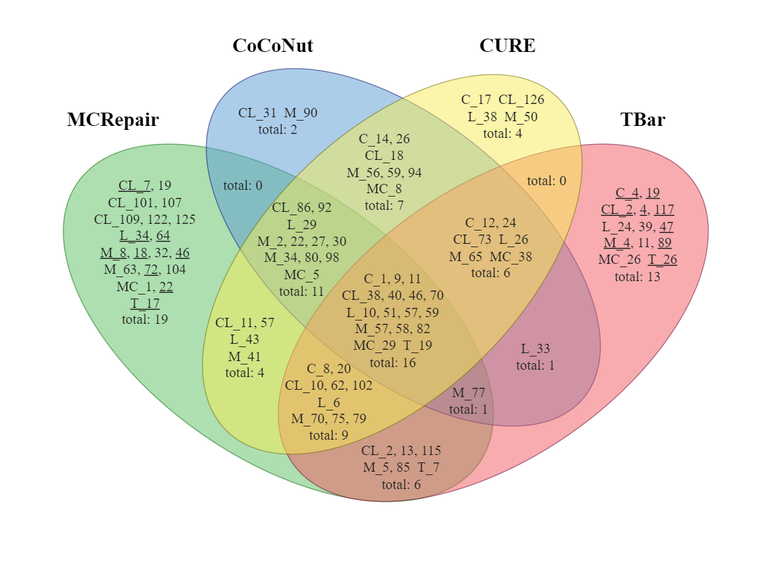
Before: figures/Figure4.png, a diagram exported from draw.io (kimjisung78/MCRepair). Source tidied: cells renumbered, new cells last; positions are measured from the earlier drawing's top-left corner, leaving out a move shared by most shapes. Source of this version:
```xml
<mxGraphModel background="#ffffff" math="1">
  <root>
    <mxCell id="0" />
    <mxCell id="1" parent="0" />
    <mxCell id="2" style="whiteSpace=wrap;html=1;rounded=1;shadow=0;glass=0;labelBackgroundColor=none;strokeColor=#006600;strokeWidth=1;fillColor=#5CC062;fontFamily=Helvetica;fontSize=16;align=left;opacity=50;spacing=15;fillStyle=auto;perimeter=rectanglePerimeter;verticalAlign=top;ellipse;rotation=35;" parent="1" vertex="1">
      <mxGeometry y="158.5" width="490" height="270" as="geometry" />
    </mxCell>
    <mxCell id="3" style="whiteSpace=wrap;html=1;rounded=1;shadow=0;glass=0;labelBackgroundColor=none;strokeColor=#000066;strokeWidth=1;fillColor=#5A9BD4;fontFamily=Helvetica;fontSize=16;align=left;opacity=50;spacing=15;fillStyle=auto;perimeter=rectanglePerimeter;fontColor=#ffffff;verticalAlign=top;ellipse;rotation=40;" parent="1" vertex="1">
      <mxGeometry x="135" y="93" width="470" height="250" as="geometry" />
    </mxCell>
    <mxCell id="4" style="whiteSpace=wrap;html=1;rounded=1;shadow=0;glass=0;labelBackgroundColor=none;strokeColor=#660033;strokeWidth=1;fillColor=#F15A60;fontFamily=Helvetica;fontSize=16;align=left;opacity=50;spacing=15;fillStyle=auto;perimeter=rectanglePerimeter;fontColor=#ffffff;verticalAlign=top;ellipse;rotation=-35;" parent="1" vertex="1">
      <mxGeometry x="215" y="158.5" width="490" height="270" as="geometry" />
    </mxCell>
    <mxCell id="5" style="whiteSpace=wrap;html=1;rounded=1;shadow=0;glass=0;labelBackgroundColor=none;strokeColor=#666600;strokeWidth=1;fillColor=#F6EC56;fontFamily=Helvetica;fontSize=16;align=left;opacity=50;spacing=15;fillStyle=auto;perimeter=rectanglePerimeter;fontColor=#ffffff;verticalAlign=top;ellipse;rotation=45;direction=south;" parent="1" vertex="1">
      <mxGeometry x="229" width="260" height="470" as="geometry" />
    </mxCell>
    <mxCell id="6" value="&lt;font face=&quot;Times New Roman&quot; style=&quot;font-size: 20px;&quot;&gt;&lt;b style=&quot;font-size: 20px;&quot;&gt;MCRepair&lt;/b&gt;&lt;/font&gt;" style="text;html=1;strokeColor=none;fillColor=none;align=center;verticalAlign=middle;whiteSpace=wrap;rounded=0;fontSize=20;" parent="1" vertex="1">
      <mxGeometry x="30" y="73.5" width="100" height="30" as="geometry" />
    </mxCell>
    <mxCell id="7" value="&lt;font face=&quot;Times New Roman&quot; style=&quot;font-size: 20px;&quot;&gt;&lt;b style=&quot;font-size: 20px;&quot;&gt;CoCoNut&lt;/b&gt;&lt;/font&gt;" style="text;html=1;strokeColor=none;fillColor=none;align=center;verticalAlign=middle;whiteSpace=wrap;rounded=0;fontSize=20;" parent="1" vertex="1">
      <mxGeometry x="190" width="100" height="30" as="geometry" />
    </mxCell>
    <mxCell id="8" value="&lt;font face=&quot;Times New Roman&quot; style=&quot;font-size: 20px;&quot;&gt;&lt;b style=&quot;font-size: 20px;&quot;&gt;CURE&lt;/b&gt;&lt;/font&gt;" style="text;html=1;strokeColor=none;fillColor=none;align=center;verticalAlign=middle;whiteSpace=wrap;rounded=0;fontSize=20;" parent="1" vertex="1">
      <mxGeometry x="424.5" width="100" height="30" as="geometry" />
    </mxCell>
    <mxCell id="9" value="&lt;font face=&quot;Times New Roman&quot; style=&quot;font-size: 20px;&quot;&gt;&lt;b style=&quot;font-size: 20px;&quot;&gt;TBar&lt;/b&gt;&lt;/font&gt;" style="text;html=1;strokeColor=none;fillColor=none;align=center;verticalAlign=middle;whiteSpace=wrap;rounded=0;fontSize=20;" parent="1" vertex="1">
      <mxGeometry x="560" y="73.5" width="100" height="30" as="geometry" />
    </mxCell>
    <mxCell id="10" value="&lt;div style=&quot;&quot;&gt;&lt;span style=&quot;color: rgb(33, 33, 33); background-color: initial;&quot;&gt;&lt;u&gt;C_4&lt;/u&gt;, &lt;u&gt;19&lt;/u&gt;&lt;/span&gt;&lt;/div&gt;&lt;span style=&quot;color: rgb(33, 33, 33); font-size: 14px; font-style: normal; font-variant-ligatures: normal; font-variant-caps: normal; font-weight: 400; letter-spacing: normal; orphans: 2; text-indent: 0px; text-transform: none; widows: 2; word-spacing: 0px; -webkit-text-stroke-width: 0px; text-decoration-thickness: initial; text-decoration-style: initial; text-decoration-color: initial; float: none; display: inline !important;&quot;&gt;&lt;div style=&quot;&quot;&gt;&lt;span style=&quot;background-color: initial;&quot;&gt;&lt;u&gt;CL_2&lt;/u&gt;, &lt;u&gt;4&lt;/u&gt;, &lt;u&gt;117&lt;/u&gt;&lt;/span&gt;&lt;/div&gt;&lt;div style=&quot;&quot;&gt;&lt;span style=&quot;background-color: initial;&quot;&gt;L_24, 39, &lt;u&gt;47&lt;/u&gt;&lt;/span&gt;&lt;/div&gt;&lt;div style=&quot;&quot;&gt;&lt;span style=&quot;background-color: initial;&quot;&gt;&lt;u&gt;M_4&lt;/u&gt;, 11, &lt;u&gt;89&lt;/u&gt;&lt;/span&gt;&lt;/div&gt;&lt;div style=&quot;&quot;&gt;&lt;span style=&quot;background-color: initial;&quot;&gt;MC_26&amp;nbsp; &lt;u&gt;T_26&lt;/u&gt;&lt;/span&gt;&lt;/div&gt;&lt;div style=&quot;&quot;&gt;&lt;span style=&quot;background-color: initial;&quot;&gt;total: 13&lt;/span&gt;&lt;/div&gt;&lt;/span&gt;" style="text;whiteSpace=wrap;html=1;fontSize=14;fontFamily=Times New Roman;fontColor=none;align=center;" parent="1" vertex="1">
      <mxGeometry x="560" y="149" width="90" height="110" as="geometry" />
    </mxCell>
    <mxCell id="11" value="&lt;div style=&quot;&quot;&gt;&lt;span style=&quot;color: rgb(33, 33, 33); background-color: initial;&quot;&gt;C_17&amp;nbsp; CL_126&lt;/span&gt;&lt;/div&gt;&lt;span style=&quot;color: rgb(33, 33, 33); font-size: 14px; font-style: normal; font-variant-ligatures: normal; font-variant-caps: normal; font-weight: 400; letter-spacing: normal; orphans: 2; text-indent: 0px; text-transform: none; widows: 2; word-spacing: 0px; -webkit-text-stroke-width: 0px; text-decoration-thickness: initial; text-decoration-style: initial; text-decoration-color: initial; float: none; display: inline !important;&quot;&gt;&lt;div style=&quot;&quot;&gt;&lt;span style=&quot;background-color: initial;&quot;&gt;L_38&amp;nbsp; M_50&lt;/span&gt;&lt;/div&gt;&lt;div style=&quot;&quot;&gt;&lt;span style=&quot;background-color: initial;&quot;&gt;total: 4&lt;/span&gt;&lt;/div&gt;&lt;/span&gt;" style="text;whiteSpace=wrap;html=1;fontSize=14;fontFamily=Times New Roman;fontColor=none;align=center;" parent="1" vertex="1">
      <mxGeometry x="420" y="56" width="100" height="60" as="geometry" />
    </mxCell>
    <mxCell id="12" value="&lt;div style=&quot;&quot;&gt;&lt;span style=&quot;background-color: initial; color: rgb(33, 33, 33);&quot;&gt;total: 0&lt;/span&gt;&lt;br&gt;&lt;/div&gt;" style="text;whiteSpace=wrap;html=1;fontSize=14;fontFamily=Times New Roman;fontColor=none;align=center;" parent="1" vertex="1">
      <mxGeometry x="485.5" y="136.5" width="57.7" height="26.5" as="geometry" />
    </mxCell>
    <mxCell id="13" value="&lt;span style=&quot;color: rgb(33, 33, 33); font-size: 14px; font-style: normal; font-variant-ligatures: normal; font-variant-caps: normal; font-weight: 400; letter-spacing: normal; orphans: 2; text-indent: 0px; text-transform: none; widows: 2; word-spacing: 0px; -webkit-text-stroke-width: 0px; text-decoration-thickness: initial; text-decoration-style: initial; text-decoration-color: initial; float: none; display: inline !important;&quot;&gt;CL_31&amp;nbsp; M_90&lt;br&gt;total: 2&lt;br&gt;&lt;/span&gt;" style="text;whiteSpace=wrap;html=1;fontSize=14;fontFamily=Times New Roman;fontColor=none;align=center;" parent="1" vertex="1">
      <mxGeometry x="195" y="68.5" width="100" height="40" as="geometry" />
    </mxCell>
    <mxCell id="14" value="&lt;div style=&quot;&quot;&gt;&lt;span style=&quot;color: rgb(33, 33, 33);&quot;&gt;L_33&lt;/span&gt;&lt;/div&gt;&lt;span style=&quot;color: rgb(33, 33, 33); font-size: 14px; font-style: normal; font-variant-ligatures: normal; font-variant-caps: normal; font-weight: 400; letter-spacing: normal; orphans: 2; text-indent: 0px; text-transform: none; widows: 2; word-spacing: 0px; -webkit-text-stroke-width: 0px; text-decoration-thickness: initial; text-decoration-style: initial; text-decoration-color: initial; float: none; display: inline !important;&quot;&gt;&lt;div style=&quot;&quot;&gt;total: 1&lt;/div&gt;&lt;/span&gt;" style="text;whiteSpace=wrap;html=1;fontSize=14;fontFamily=Times New Roman;fontColor=none;align=center;" parent="1" vertex="1">
      <mxGeometry x="473" y="304.5" width="60" height="40" as="geometry" />
    </mxCell>
    <mxCell id="15" value="&lt;span style=&quot;color: rgb(33, 33, 33); font-size: 14px; font-style: normal; font-variant-ligatures: normal; font-variant-caps: normal; font-weight: 400; letter-spacing: normal; orphans: 2; text-indent: 0px; text-transform: none; widows: 2; word-spacing: 0px; -webkit-text-stroke-width: 0px; text-decoration-thickness: initial; text-decoration-style: initial; text-decoration-color: initial; float: none; display: inline !important;&quot;&gt;C_14, 26&lt;br&gt;CL_18&lt;br&gt;M_56, 59, 94&lt;br&gt;MC_8&lt;br&gt;total: 7&lt;br&gt;&lt;/span&gt;" style="text;whiteSpace=wrap;html=1;fontSize=14;fontFamily=Times New Roman;fontColor=none;align=center;" parent="1" vertex="1">
      <mxGeometry x="303.5" y="94.5" width="95" height="90" as="geometry" />
    </mxCell>
    <mxCell id="16" value="&lt;span style=&quot;color: rgb(33, 33, 33); font-size: 14px; font-style: normal; font-variant-ligatures: normal; font-variant-caps: normal; font-weight: 400; letter-spacing: normal; orphans: 2; text-indent: 0px; text-transform: none; widows: 2; word-spacing: 0px; -webkit-text-stroke-width: 0px; text-decoration-thickness: initial; text-decoration-style: initial; text-decoration-color: initial; float: none; display: inline !important;&quot;&gt;C_12, 24&lt;br&gt;CL_73&amp;nbsp; L_26&lt;br&gt;M_65&amp;nbsp; MC_38&lt;br&gt;total: 6&lt;br&gt;&lt;/span&gt;" style="text;whiteSpace=wrap;html=1;fontSize=14;fontFamily=Times New Roman;fontColor=none;align=center;" parent="1" vertex="1">
      <mxGeometry x="407.5" y="179" width="100" height="80" as="geometry" />
    </mxCell>
    <mxCell id="17" value="&lt;span style=&quot;color: rgb(33, 33, 33); font-size: 14px; font-style: normal; font-variant-ligatures: normal; font-variant-caps: normal; font-weight: 400; letter-spacing: normal; orphans: 2; text-indent: 0px; text-transform: none; widows: 2; word-spacing: 0px; -webkit-text-stroke-width: 0px; text-decoration-thickness: initial; text-decoration-style: initial; text-decoration-color: initial; float: none; display: inline !important;&quot;&gt;&lt;u&gt;CL_7&lt;/u&gt;, 19&lt;br&gt;CL_101, 107&lt;br&gt;CL_109, 122, 125&lt;br&gt;&lt;u&gt;L_34&lt;/u&gt;, &lt;u&gt;64&lt;/u&gt;&lt;br&gt;&lt;u&gt;M_8&lt;/u&gt;, &lt;u&gt;18&lt;/u&gt;, 32, &lt;u&gt;46&lt;/u&gt;&lt;br&gt;M_63, &lt;u&gt;72&lt;/u&gt;, 104&lt;br&gt;MC_1, &lt;u&gt;22&lt;/u&gt;&lt;br&gt;&lt;u&gt;T_17&lt;/u&gt;&lt;br&gt;total: 19&lt;br&gt;&lt;/span&gt;" style="text;whiteSpace=wrap;html=1;fontSize=14;fontFamily=Times New Roman;fontColor=none;align=center;" parent="1" vertex="1">
      <mxGeometry x="57" y="142" width="110" height="160" as="geometry" />
    </mxCell>
    <mxCell id="18" value="&lt;span style=&quot;color: rgb(33, 33, 33); font-size: 14px; font-style: normal; font-variant-ligatures: normal; font-variant-caps: normal; font-weight: 400; letter-spacing: normal; orphans: 2; text-indent: 0px; text-transform: none; widows: 2; word-spacing: 0px; -webkit-text-stroke-width: 0px; text-decoration-thickness: initial; text-decoration-style: initial; text-decoration-color: initial; float: none; display: inline !important;&quot;&gt;CL_2, 13, 115&lt;br&gt;M_5, 85&amp;nbsp; T_7&lt;br&gt;total: 6&lt;br&gt;&lt;/span&gt;" style="text;whiteSpace=wrap;html=1;fontSize=14;fontFamily=Times New Roman;fontColor=none;align=center;" parent="1" vertex="1">
      <mxGeometry x="315.5" y="406.5" width="105" height="57" as="geometry" />
    </mxCell>
    <mxCell id="19" value="&lt;span style=&quot;color: rgb(33, 33, 33); font-size: 14px; font-style: normal; font-variant-ligatures: normal; font-variant-caps: normal; font-weight: 400; letter-spacing: normal; orphans: 2; text-indent: 0px; text-transform: none; widows: 2; word-spacing: 0px; -webkit-text-stroke-width: 0px; text-decoration-thickness: initial; text-decoration-style: initial; text-decoration-color: initial; float: none; display: inline !important;&quot;&gt;CL_11, 57&lt;br&gt;L_43&lt;br&gt;M_41&lt;br&gt;total: 4&lt;br&gt;&lt;/span&gt;" style="text;whiteSpace=wrap;html=1;fontSize=14;fontFamily=Times New Roman;fontColor=none;align=center;" parent="1" vertex="1">
      <mxGeometry x="178.3" y="278.5" width="67.7" height="60" as="geometry" />
    </mxCell>
    <mxCell id="20" value="&lt;div style=&quot;&quot;&gt;&lt;span style=&quot;background-color: initial; color: rgb(33, 33, 33);&quot;&gt;total: 0&lt;/span&gt;&lt;br&gt;&lt;/div&gt;" style="text;whiteSpace=wrap;html=1;fontSize=14;fontFamily=Times New Roman;fontColor=none;align=center;" parent="1" vertex="1">
      <mxGeometry x="181.3" y="142.2" width="57.7" height="26.5" as="geometry" />
    </mxCell>
    <mxCell id="21" value="&lt;div style=&quot;&quot;&gt;&lt;span style=&quot;color: rgb(33, 33, 33);&quot;&gt;M_77&lt;/span&gt;&lt;/div&gt;&lt;span style=&quot;color: rgb(33, 33, 33); font-size: 14px; font-style: normal; font-variant-ligatures: normal; font-variant-caps: normal; font-weight: 400; letter-spacing: normal; orphans: 2; text-indent: 0px; text-transform: none; widows: 2; word-spacing: 0px; -webkit-text-stroke-width: 0px; text-decoration-thickness: initial; text-decoration-style: initial; text-decoration-color: initial; float: none; display: inline !important;&quot;&gt;&lt;div style=&quot;&quot;&gt;total: 1&lt;/div&gt;&lt;/span&gt;" style="text;whiteSpace=wrap;html=1;fontSize=14;fontFamily=Times New Roman;fontColor=none;align=center;" parent="1" vertex="1">
      <mxGeometry x="410.6" y="349" width="50" height="40" as="geometry" />
    </mxCell>
    <mxCell id="22" value="&lt;span style=&quot;color: rgb(33, 33, 33); font-size: 14px; font-style: normal; font-variant-ligatures: normal; font-variant-caps: normal; font-weight: 400; letter-spacing: normal; orphans: 2; text-indent: 0px; text-transform: none; widows: 2; word-spacing: 0px; -webkit-text-stroke-width: 0px; text-decoration-thickness: initial; text-decoration-style: initial; text-decoration-color: initial; float: none; display: inline !important;&quot;&gt;CL_86, 92&lt;br&gt;L_29&lt;br&gt;M_2, 22, 27, 30&lt;br&gt;M_34, 80, 98&lt;br&gt;MC_5&lt;br&gt;total: 11&lt;br&gt;&lt;/span&gt;" style="text;whiteSpace=wrap;html=1;fontSize=14;fontFamily=Times New Roman;fontColor=none;align=center;" parent="1" vertex="1">
      <mxGeometry x="218.5" y="163.5" width="100" height="110" as="geometry" />
    </mxCell>
    <mxCell id="23" value="&lt;span style=&quot;color: rgb(33, 33, 33); font-size: 14px; font-style: normal; font-variant-ligatures: normal; font-variant-caps: normal; font-weight: 400; letter-spacing: normal; orphans: 2; text-indent: 0px; text-transform: none; widows: 2; word-spacing: 0px; -webkit-text-stroke-width: 0px; text-decoration-thickness: initial; text-decoration-style: initial; text-decoration-color: initial; float: none; display: inline !important;&quot;&gt;C_8, 20&lt;br&gt;CL_10, 62, 102&lt;br&gt;L_6&lt;br&gt;M_70, 75, 79&lt;br&gt;total: 9&lt;br&gt;&lt;/span&gt;" style="text;whiteSpace=wrap;html=1;fontSize=14;fontFamily=Times New Roman;fontColor=none;align=center;" parent="1" vertex="1">
      <mxGeometry x="246" y="324.5" width="100" height="89" as="geometry" />
    </mxCell>
    <mxCell id="24" value="&lt;span style=&quot;color: rgb(33, 33, 33); font-size: 14px; font-style: normal; font-variant-ligatures: normal; font-variant-caps: normal; font-weight: 400; letter-spacing: normal; orphans: 2; text-indent: 0px; text-transform: none; widows: 2; word-spacing: 0px; -webkit-text-stroke-width: 0px; text-decoration-thickness: initial; text-decoration-style: initial; text-decoration-color: initial; float: none; display: inline !important;&quot;&gt;C_1, 9, 11&lt;br&gt;CL_38, 40, 46, 70&lt;br&gt;L_10, 51, 57, 59&lt;br&gt;M_57, 58, 82&lt;br&gt;MC_29&amp;nbsp; T_19&lt;br&gt;total: 16&lt;br&gt;&lt;/span&gt;" style="text;whiteSpace=wrap;html=1;fontSize=14;fontFamily=Times New Roman;fontColor=none;align=center;" parent="1" vertex="1">
      <mxGeometry x="300" y="234.5" width="120" height="110" as="geometry" />
    </mxCell>
    <mxCell id="25" style="edgeStyle=orthogonalEdgeStyle;rounded=0;orthogonalLoop=1;jettySize=auto;html=1;exitX=0.5;exitY=1;exitDx=0;exitDy=0;fontFamily=Times New Roman;fontSize=14;fontColor=none;" parent="1" edge="1" source="21" target="21">
      <mxGeometry relative="1" as="geometry" />
    </mxCell>
  </root>
</mxGraphModel>
```
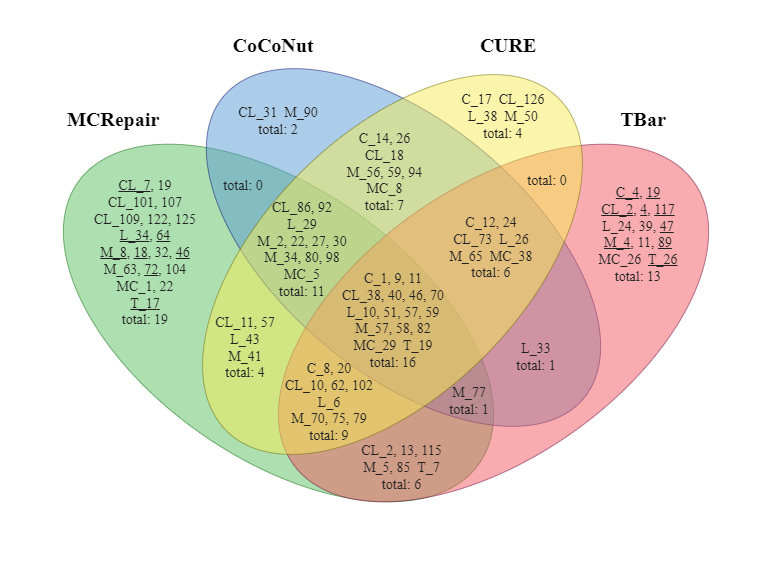
The same file after the commit.

The edit, as a diff of the source:
```diff
@@ -47,7 +47,7 @@
     <mxCell id="16" value="&lt;span style=&quot;color: rgb(33, 33, 33); font-size: 14px; font-style: normal; font-variant-ligatures: normal; font-variant-caps: normal; font-weight: 400; letter-spacing: normal; orphans: 2; text-indent: 0px; text-transform: none; widows: 2; word-spacing: 0px; -webkit-text-stroke-width: 0px; text-decoration-thickness: initial; text-decoration-style: initial; text-decoration-color: initial; float: none; display: inline !important;&quot;&gt;C_12, 24&lt;br&gt;CL_73&amp;nbsp; L_26&lt;br&gt;M_65&amp;nbsp; MC_38&lt;br&gt;total: 6&lt;br&gt;&lt;/span&gt;" style="text;whiteSpace=wrap;html=1;fontSize=14;fontFamily=Times New Roman;fontColor=none;align=center;" parent="1" vertex="1">
       <mxGeometry x="407.5" y="179" width="100" height="80" as="geometry" />
     </mxCell>
-    <mxCell id="17" value="&lt;span style=&quot;color: rgb(33, 33, 33); font-size: 14px; font-style: normal; font-variant-ligatures: normal; font-variant-caps: normal; font-weight: 400; letter-spacing: normal; orphans: 2; text-indent: 0px; text-transform: none; widows: 2; word-spacing: 0px; -webkit-text-stroke-width: 0px; text-decoration-thickness: initial; text-decoration-style: initial; text-decoration-color: initial; float: none; display: inline !important;&quot;&gt;&lt;u&gt;CL_7&lt;/u&gt;, 19&lt;br&gt;CL_101, 107&lt;br&gt;CL_109, 122, 125&lt;br&gt;&lt;u&gt;L_34&lt;/u&gt;, &lt;u&gt;64&lt;/u&gt;&lt;br&gt;&lt;u&gt;M_8&lt;/u&gt;, &lt;u&gt;18&lt;/u&gt;, 32, &lt;u&gt;46&lt;/u&gt;&lt;br&gt;M_63, &lt;u&gt;72&lt;/u&gt;, 104&lt;br&gt;MC_1, &lt;u&gt;22&lt;/u&gt;&lt;br&gt;&lt;u&gt;T_17&lt;/u&gt;&lt;br&gt;total: 19&lt;br&gt;&lt;/span&gt;" style="text;whiteSpace=wrap;html=1;fontSize=14;fontFamily=Times New Roman;fontColor=none;align=center;" parent="1" vertex="1">
+    <mxCell id="17" value="&lt;span style=&quot;color: rgb(33, 33, 33); font-size: 14px; font-style: normal; font-variant-ligatures: normal; font-variant-caps: normal; font-weight: 400; letter-spacing: normal; orphans: 2; text-indent: 0px; text-transform: none; widows: 2; word-spacing: 0px; -webkit-text-stroke-width: 0px; text-decoration-thickness: initial; text-decoration-style: initial; text-decoration-color: initial; float: none; display: inline !important;&quot;&gt;&lt;u&gt;CL_7&lt;/u&gt;, 19&lt;br&gt;CL_101, 107&lt;br&gt;CL_109, 122, 125&lt;br&gt;&lt;u&gt;L_34&lt;/u&gt;, &lt;u&gt;64&lt;/u&gt;&lt;br&gt;&lt;u&gt;M_8&lt;/u&gt;, &lt;u&gt;18&lt;/u&gt;, 32, &lt;u&gt;46&lt;/u&gt;&lt;br&gt;M_63, &lt;u&gt;72&lt;/u&gt;, 104&lt;br&gt;MC_1, 22&lt;br&gt;&lt;u&gt;T_17&lt;/u&gt;&lt;br&gt;total: 19&lt;br&gt;&lt;/span&gt;" style="text;whiteSpace=wrap;html=1;fontSize=14;fontFamily=Times New Roman;fontColor=none;align=center;" parent="1" vertex="1">
       <mxGeometry x="57" y="142" width="110" height="160" as="geometry" />
     </mxCell>
     <mxCell id="18" value="&lt;span style=&quot;color: rgb(33, 33, 33); font-size: 14px; font-style: normal; font-variant-ligatures: normal; font-variant-caps: normal; font-weight: 400; letter-spacing: normal; orphans: 2; text-indent: 0px; text-transform: none; widows: 2; word-spacing: 0px; -webkit-text-stroke-width: 0px; text-decoration-thickness: initial; text-decoration-style: initial; text-decoration-color: initial; float: none; display: inline !important;&quot;&gt;CL_2, 13, 115&lt;br&gt;M_5, 85&amp;nbsp; T_7&lt;br&gt;total: 6&lt;br&gt;&lt;/span&gt;" style="text;whiteSpace=wrap;html=1;fontSize=14;fontFamily=Times New Roman;fontColor=none;align=center;" parent="1" vertex="1">
```
